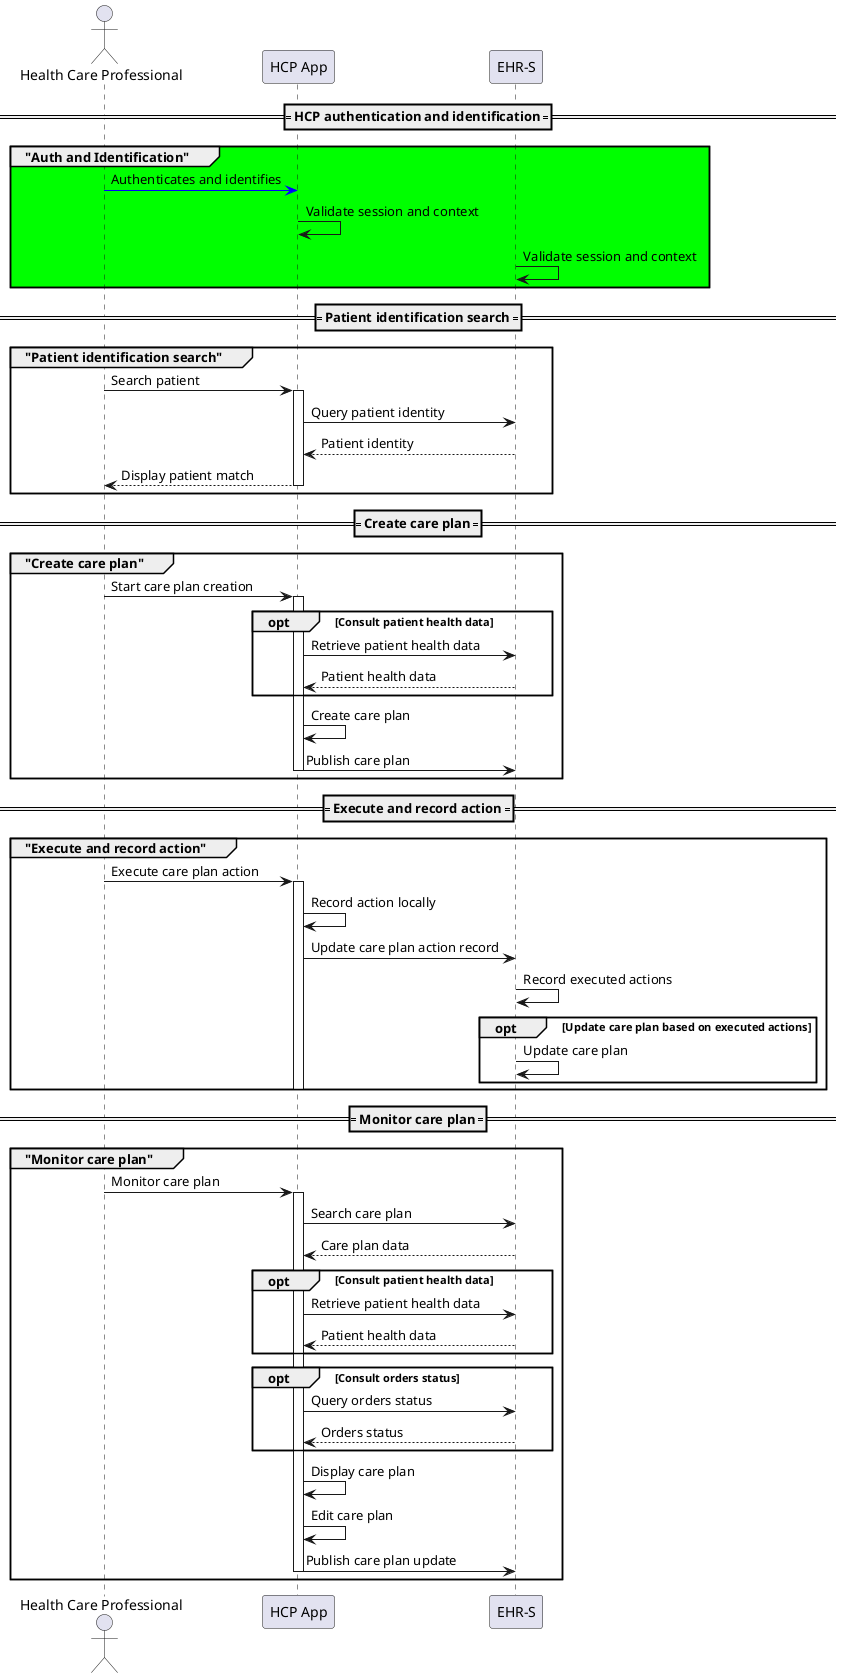
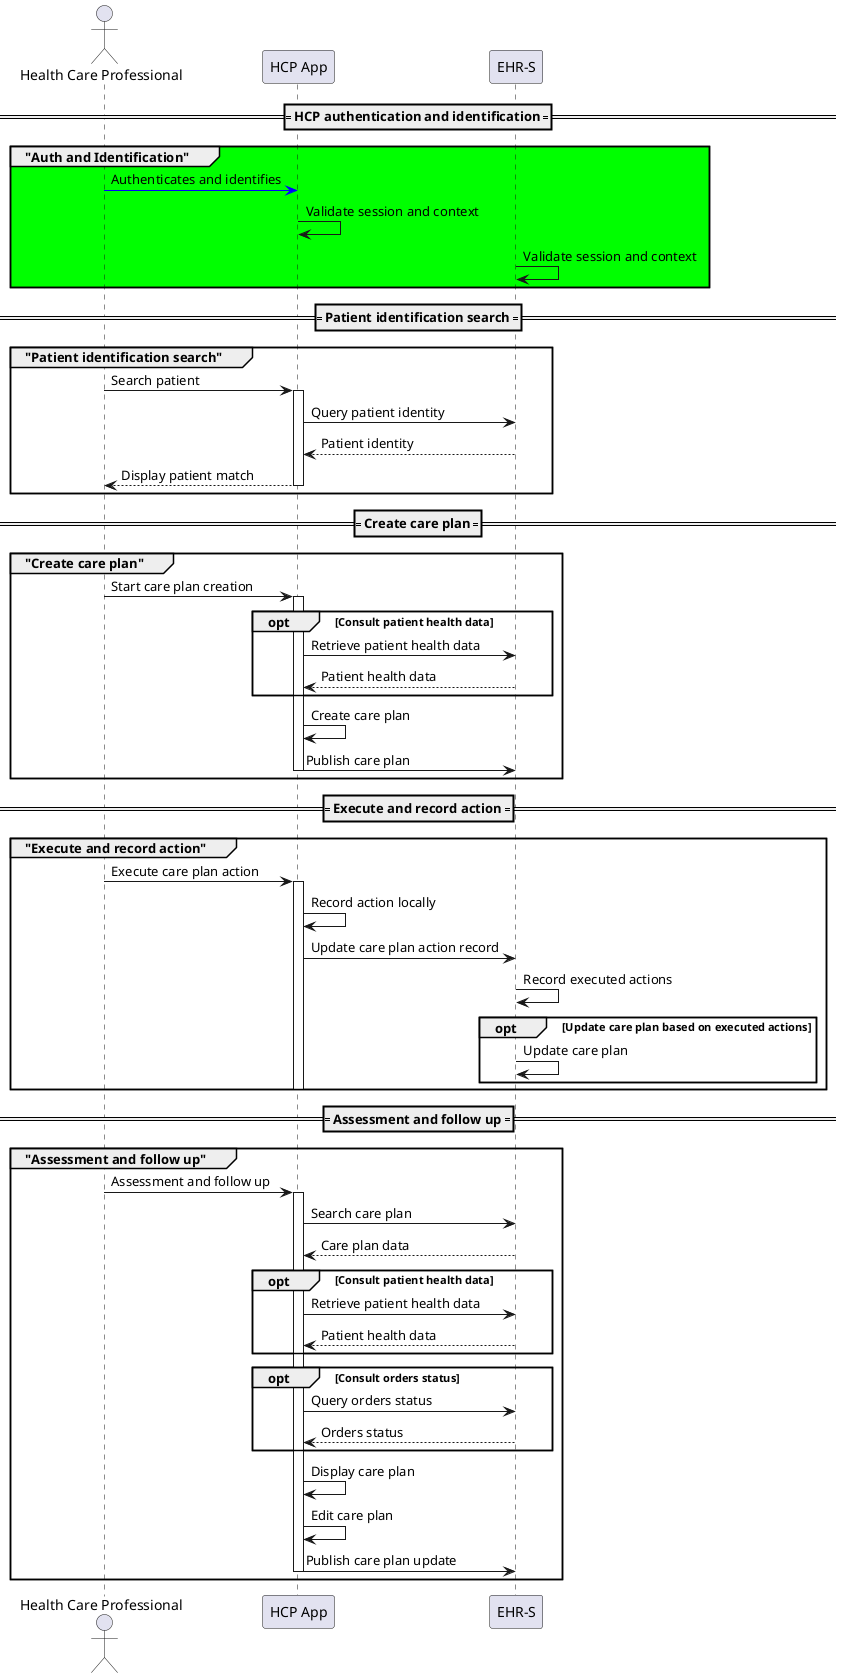
@startuml
actor "Health Care Professional" as HCP
participant "HCP App" as HCP_APP
participant "EHR-S" as EHR_S

==== HCP authentication and identification ====
group #00FF00 "Auth and Identification"
HCP -[#blue]> HCP_APP: Authenticates and identifies
HCP_APP -> HCP_APP: Validate session and context
EHR_S -> EHR_S: Validate session and context
end group

==== Patient identification search ====
group "Patient identification search"
HCP -> HCP_APP: Search patient
activate HCP_APP
HCP_APP -> EHR_S: Query patient identity
EHR_S --> HCP_APP: Patient identity
HCP_APP --> HCP: Display patient match
deactivate HCP_APP
end group

==== Create care plan ====
group "Create care plan"
HCP -> HCP_APP: Start care plan creation
activate HCP_APP
opt Consult patient health data
HCP_APP -> EHR_S: Retrieve patient health data
EHR_S --> HCP_APP: Patient health data
end opt
HCP_APP -> HCP_APP: Create care plan
HCP_APP -> EHR_S: Publish care plan
deactivate HCP_APP
end group

==== Execute and record action ====
group "Execute and record action"
HCP -> HCP_APP: Execute care plan action
activate HCP_APP
HCP_APP -> HCP_APP: Record action locally
HCP_APP -> EHR_S: Update care plan action record
EHR_S -> EHR_S: Record executed actions
opt Update care plan based on executed actions
EHR_S -> EHR_S: Update care plan
end opt
deactivate HCP_APP
end group

- ==== Monitor care plan ====
- group "Monitor care plan"
- HCP -> HCP_APP: Monitor care plan
+ ==== Assessment and follow up ====
+ group "Assessment and follow up"
+ HCP -> HCP_APP: Assessment and follow up
activate HCP_APP
HCP_APP -> EHR_S: Search care plan
EHR_S --> HCP_APP: Care plan data
opt Consult patient health data
HCP_APP -> EHR_S: Retrieve patient health data
EHR_S --> HCP_APP: Patient health data
end opt
opt Consult orders status
HCP_APP -> EHR_S: Query orders status
EHR_S --> HCP_APP: Orders status
end opt
HCP_APP -> HCP_APP: Display care plan
HCP_APP -> HCP_APP: Edit care plan
HCP_APP -> EHR_S: Publish care plan update
deactivate HCP_APP
end group

@enduml
